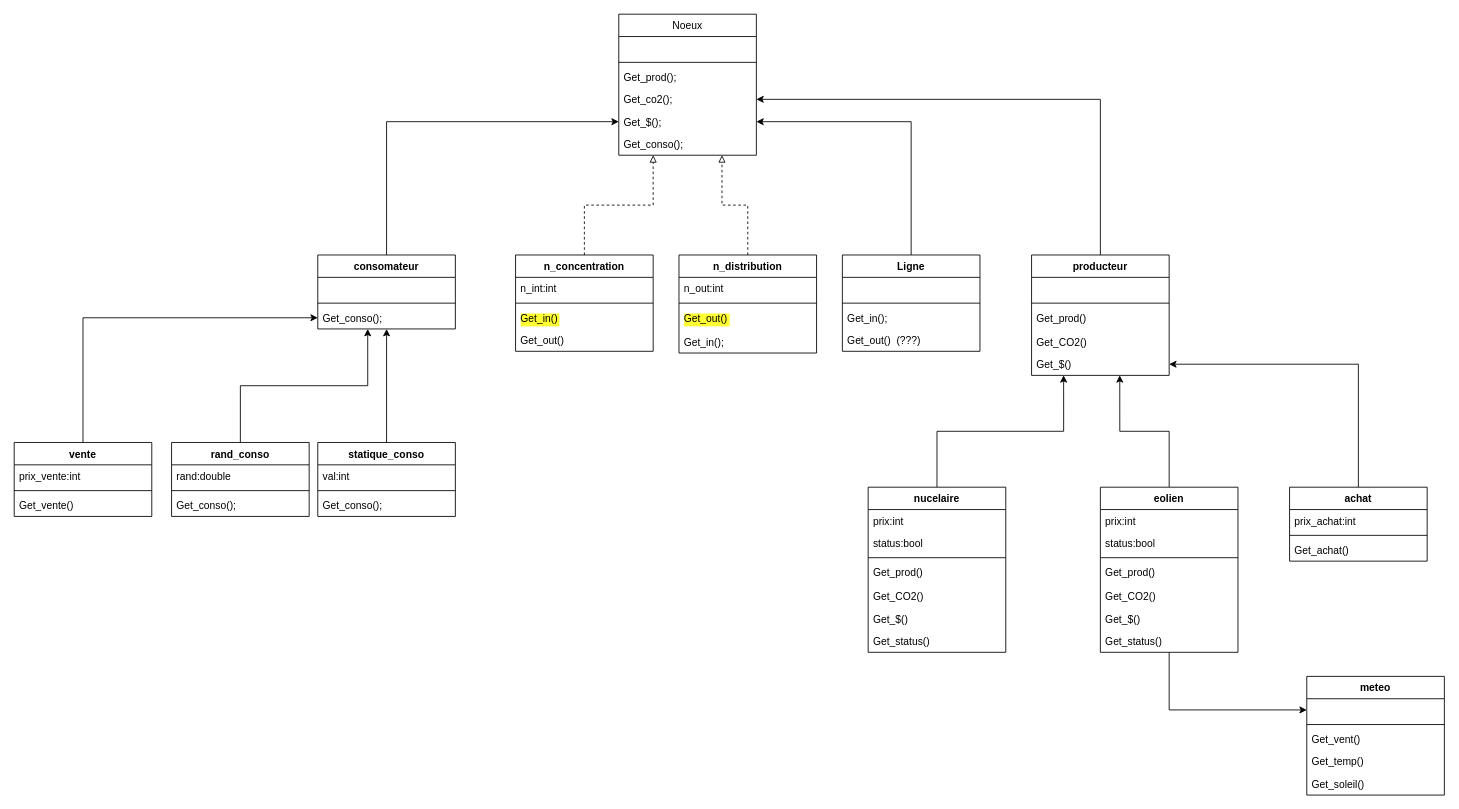
Earlier version of the draw.io diagram page "seb" (2 of 3) of Rapport/design_paterne_exo.drawio (20325-ecam/Projet_concept_informatique). Source tidied: cells renumbered, new cells numbered last; positions are measured from the earlier drawing's top-left corner, leaving out a move shared by most shapes. Both pictures are drawn from the tidied source at 86%, with x=0, y=0 at pixel (14, 14).
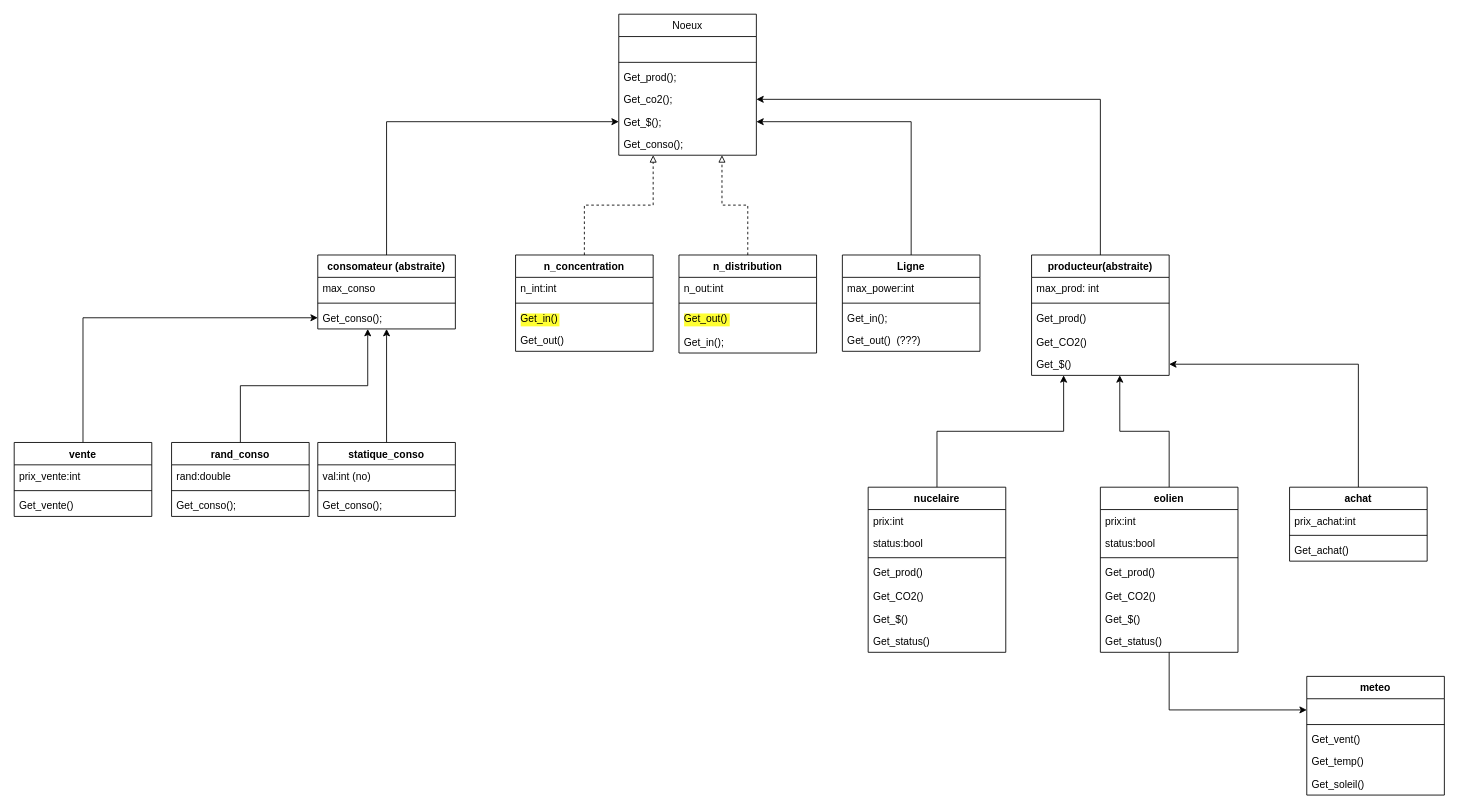
Above is the later version.

The change refers to these unchanged cells:
```xml
<mxCell id="29" value="Ligne" style="swimlane;fontStyle=1;align=center;verticalAlign=top;horizontal=1;startSize=26;" parent="1" vertex="1">
  <mxGeometry x="963" y="280" width="160" height="112" as="geometry" />
</mxCell>
<mxCell id="40" value="statique_conso" style="swimlane;fontStyle=1;align=center;verticalAlign=top;horizontal=1;startSize=26;" parent="1" vertex="1">
  <mxGeometry x="353" y="498" width="160" height="86" as="geometry" />
</mxCell>
```

What changed in the source:
```diff
@@
-    <mxCell id="22" value="producteur" style="swimlane;fontStyle=1;align=center;verticalAlign=top;horizontal=1;startSize=26;" parent="1" vertex="1">
+    <mxCell id="22" value="producteur(abstraite)" style="swimlane;fontStyle=1;align=center;verticalAlign=top;horizontal=1;startSize=26;" parent="1" vertex="1">
       <mxGeometry x="1183" y="280" width="160" height="140" as="geometry" />
     </mxCell>
-    <mxCell id="23" value=" " style="text;strokeColor=none;fillColor=none;align=left;verticalAlign=top;spacingLeft=4;spacingRight=4;overflow=hidden;" parent="22" vertex="1">
+    <mxCell id="23" value="max_prod: int" style="text;strokeColor=none;fillColor=none;align=left;verticalAlign=top;spacingLeft=4;spacingRight=4;overflow=hidden;" parent="22" vertex="1">
       <mxGeometry y="26" width="160" height="26" as="geometry" />
     </mxCell>
@@
-    <mxCell id="30" value="  " style="text;strokeColor=none;fillColor=none;align=left;verticalAlign=top;spacingLeft=4;spacingRight=4;overflow=hidden;" parent="29" vertex="1">
+    <mxCell id="30" value="max_power:int" style="text;strokeColor=none;fillColor=none;align=left;verticalAlign=top;spacingLeft=4;spacingRight=4;overflow=hidden;" parent="29" vertex="1">
       <mxGeometry y="26" width="160" height="26" as="geometry" />
     </mxCell>
@@
-    <mxCell id="36" value="consomateur" style="swimlane;fontStyle=1;align=center;verticalAlign=top;horizontal=1;startSize=26;" parent="1" vertex="1">
+    <mxCell id="36" value="consomateur (abstraite)" style="swimlane;fontStyle=1;align=center;verticalAlign=top;horizontal=1;startSize=26;" parent="1" vertex="1">
       <mxGeometry x="353" y="280" width="160" height="86" as="geometry" />
     </mxCell>
-    <mxCell id="37" value=" " style="text;strokeColor=none;fillColor=none;align=left;verticalAlign=top;spacingLeft=4;spacingRight=4;overflow=hidden;" parent="36" vertex="1">
-      <mxGeometry y="26" width="160" height="26" as="geometry" />
-    </mxCell>
+    <mxCell id="84" value="max_conso" style="text;strokeColor=none;fillColor=none;align=left;verticalAlign=top;spacingLeft=4;spacingRight=4;overflow=hidden;" parent="36" vertex="1">
+      <mxGeometry y="26" width="160" height="26" as="geometry" />
+    </mxCell>
@@
-    <mxCell id="41" value="val:int" style="text;strokeColor=none;fillColor=none;align=left;verticalAlign=top;spacingLeft=4;spacingRight=4;overflow=hidden;" parent="40" vertex="1">
+    <mxCell id="41" value="val:int (no)" style="text;strokeColor=none;fillColor=none;align=left;verticalAlign=top;spacingLeft=4;spacingRight=4;overflow=hidden;" parent="40" vertex="1">
       <mxGeometry y="26" width="160" height="26" as="geometry" />
     </mxCell>
```
